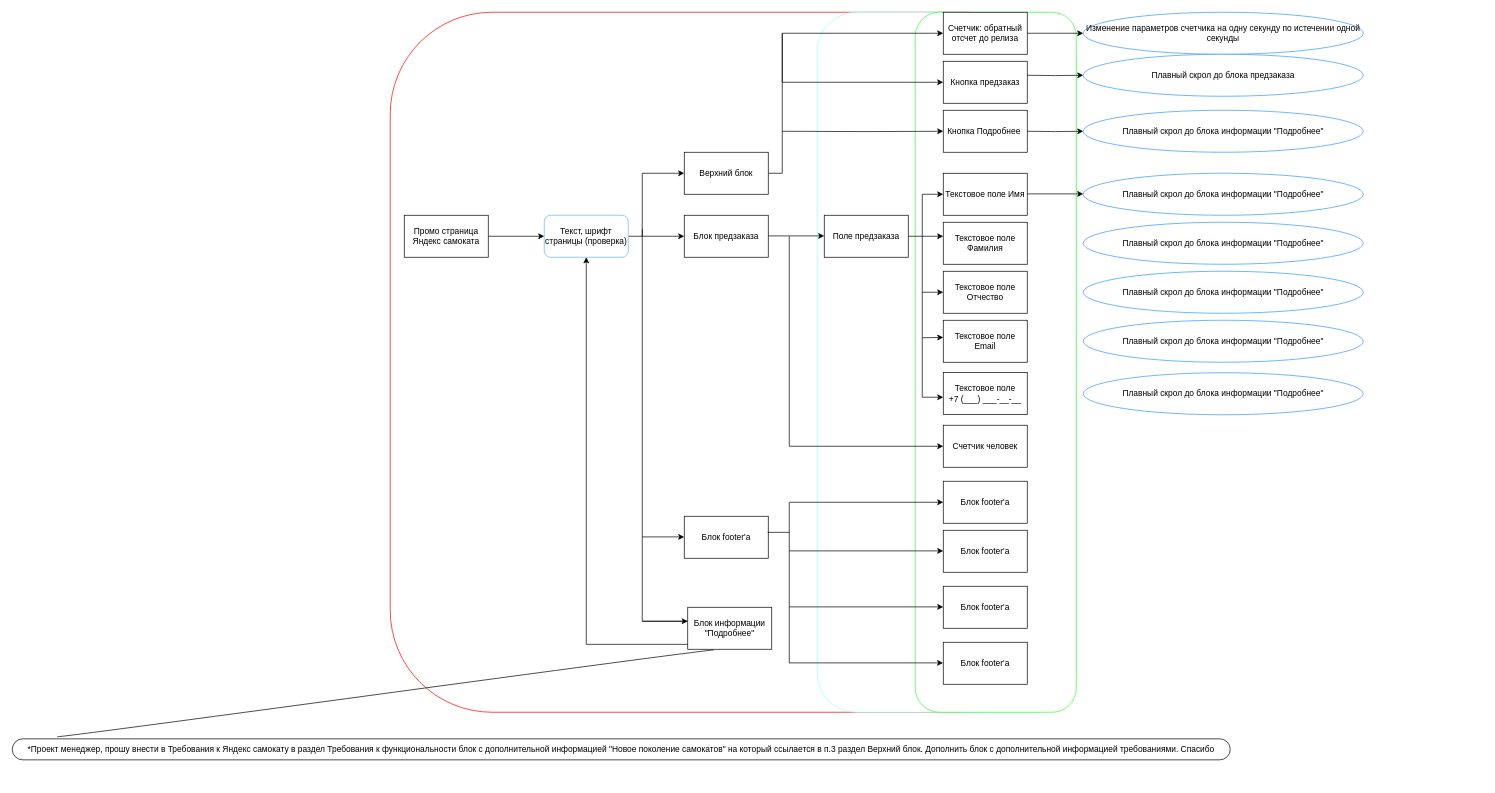
Earlier version of the draw.io diagram Диаграмма без названия.drawio (ru1svasin/ru1svasin). Source tidied: cells renumbered, new cells numbered last; positions are measured from the earlier drawing's top-left corner, leaving out a move shared by most shapes. Both pictures are drawn from the tidied source at 70%, with x=0, y=0 at pixel (12, 12).
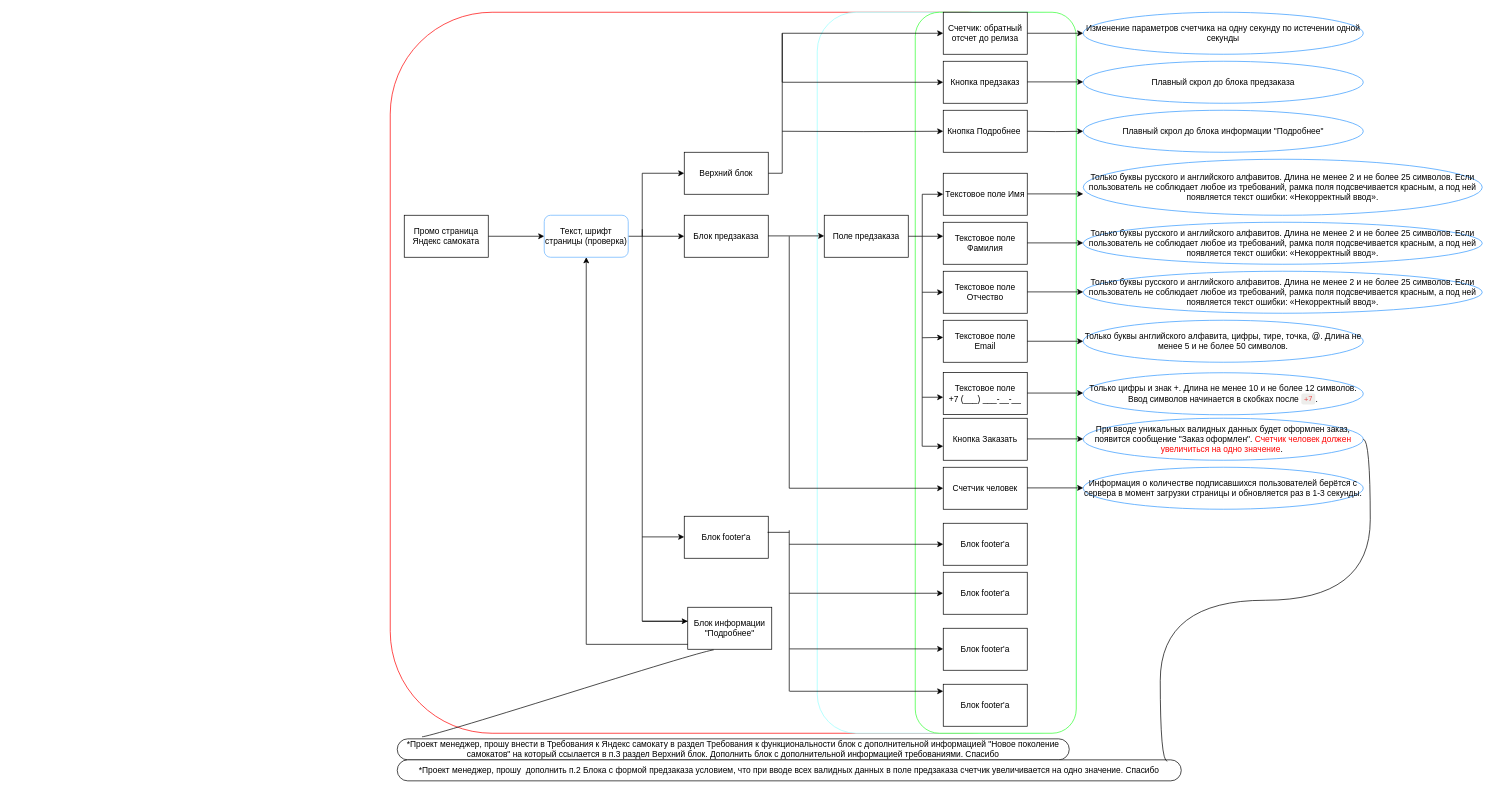
The same diagram, later.

Diff of the diagram source:
```diff
@@
     <mxCell id="2" style="rounded=1;whiteSpace=wrap;html=1;strokeColor=#FF0000;" parent="1" vertex="1">
-      <mxGeometry x="540" width="970" height="1000" as="geometry" />
+      <mxGeometry x="540" width="970" height="1030" as="geometry" />
     </mxCell>
     <mxCell id="3" style="rounded=1;whiteSpace=wrap;html=1;strokeColor=#99FFFF;" parent="1" vertex="1">
-      <mxGeometry x="1150" width="370" height="1000" as="geometry" />
+      <mxGeometry x="1150" width="370" height="1030" as="geometry" />
     </mxCell>
     <mxCell id="4" style="rounded=1;whiteSpace=wrap;html=1;strokeColor=#33FF33;" parent="1" vertex="1">
-      <mxGeometry x="1290" width="230" height="1000" as="geometry" />
+      <mxGeometry x="1290" width="230" height="1030" as="geometry" />
     </mxCell>
@@
     <mxCell id="28" value="Счетчик человек" style="rounded=0;whiteSpace=wrap;html=1;" parent="1" vertex="1">
-      <mxGeometry x="1330" y="590" width="120" height="60" as="geometry" />
+      <mxGeometry x="1330" y="650" width="120" height="60" as="geometry" />
     </mxCell>
@@
-    <mxCell id="37" style="endArrow=none;html=1;rounded=0;" parent="1" edge="1">
+    <mxCell id="37" style="endArrow=none;html=1;rounded=0;exitX=0.043;exitY=0.602;exitDx=0;exitDy=0;exitPerimeter=0;" parent="1" edge="1" source="4">
       <mxGeometry relative="1" as="geometry">
-        <mxPoint x="1300" y="550" as="sourcePoint" />
         <mxPoint x="1300" y="320" as="targetPoint" />
       </mxGeometry>
     </mxCell>
@@
     <mxCell id="42" style="endArrow=classic;html=1;rounded=0;entryX=0;entryY=0.5;entryDx=0;entryDy=0;" parent="1" edge="1" target="28">
       <mxGeometry relative="1" as="geometry">
-        <mxPoint x="1110" y="620" as="sourcePoint" />
+        <mxPoint x="1110" y="680" as="sourcePoint" />
       </mxGeometry>
     </mxCell>
     <mxCell id="43" value="Блок footer'a" style="rounded=0;whiteSpace=wrap;html=1;" parent="1" vertex="1">
-      <mxGeometry x="1330" y="900" width="120" height="60" as="geometry" />
+      <mxGeometry x="1330" y="960" width="120" height="60" as="geometry" />
     </mxCell>
     <mxCell id="44" value="Блок footer'a" style="rounded=0;whiteSpace=wrap;html=1;" parent="1" vertex="1">
-      <mxGeometry x="1330" y="820" width="120" height="60" as="geometry" />
+      <mxGeometry x="1330" y="880" width="120" height="60" as="geometry" />
     </mxCell>
     <mxCell id="45" value="Блок footer'a" style="rounded=0;whiteSpace=wrap;html=1;" parent="1" vertex="1">
-      <mxGeometry x="1330" y="740" width="120" height="60" as="geometry" />
+      <mxGeometry x="1330" y="800" width="120" height="60" as="geometry" />
     </mxCell>
     <mxCell id="46" value="Блок footer'a" style="rounded=0;whiteSpace=wrap;html=1;" parent="1" vertex="1">
-      <mxGeometry x="1330" y="670" width="120" height="60" as="geometry" />
+      <mxGeometry x="1330" y="730" width="120" height="60" as="geometry" />
     </mxCell>
     <mxCell id="47" style="endArrow=none;html=1;rounded=0;" parent="1" edge="1">
       <mxGeometry relative="1" as="geometry">
-        <mxPoint x="1110" y="620" as="sourcePoint" />
+        <mxPoint x="1110" y="680" as="sourcePoint" />
         <mxPoint x="1110" y="320" as="targetPoint" />
       </mxGeometry>
     </mxCell>
-    <mxCell id="48" style="endArrow=classic;html=1;rounded=0;exitX=0.588;exitY=0.7;exitDx=0;exitDy=0;exitPerimeter=0;" parent="1" edge="1" source="2">
-      <mxGeometry relative="1" as="geometry">
-        <mxPoint x="1330" y="700" as="targetPoint" />
-      </mxGeometry>
-    </mxCell>
     <mxCell id="49" style="endArrow=classic;html=1;rounded=0;exitX=0.588;exitY=0.7;exitDx=0;exitDy=0;exitPerimeter=0;" parent="1" edge="1">
       <mxGeometry relative="1" as="geometry">
-        <mxPoint x="1110.4" y="769.5" as="sourcePoint" />
-        <mxPoint x="1330" y="769.5" as="targetPoint" />
+        <mxPoint x="1110.2" y="830" as="sourcePoint" />
+        <mxPoint x="1329.8" y="830" as="targetPoint" />
       </mxGeometry>
     </mxCell>
     <mxCell id="50" style="endArrow=classic;html=1;rounded=0;exitX=0.588;exitY=0.7;exitDx=0;exitDy=0;exitPerimeter=0;" parent="1" edge="1">
       <mxGeometry relative="1" as="geometry">
-        <mxPoint x="1110.4" y="849.5" as="sourcePoint" />
-        <mxPoint x="1330" y="849.5" as="targetPoint" />
+        <mxPoint x="1110.4" y="909.5" as="sourcePoint" />
+        <mxPoint x="1330" y="909.5" as="targetPoint" />
       </mxGeometry>
     </mxCell>
     <mxCell id="51" style="endArrow=classic;html=1;rounded=0;exitX=0.588;exitY=0.7;exitDx=0;exitDy=0;exitPerimeter=0;" parent="1" edge="1">
       <mxGeometry relative="1" as="geometry">
-        <mxPoint x="1110.2" y="929.5" as="sourcePoint" />
-        <mxPoint x="1329.8" y="929.5" as="targetPoint" />
+        <mxPoint x="1110.4" y="970" as="sourcePoint" />
+        <mxPoint x="1330" y="970" as="targetPoint" />
       </mxGeometry>
     </mxCell>
     <mxCell id="52" style="endArrow=none;html=1;rounded=0;" parent="1" edge="1">
       <mxGeometry relative="1" as="geometry">
-        <mxPoint x="1110" y="930" as="sourcePoint" />
-        <mxPoint x="1110" y="700" as="targetPoint" />
+        <mxPoint x="1110" y="970" as="sourcePoint" />
+        <mxPoint x="1110" y="740" as="targetPoint" />
       </mxGeometry>
     </mxCell>
@@
     <mxCell id="54" value="*Проект менеджер, прошу внести в Требования к Яндекс самокату в раздел Требования к функциональности блок с дополнительной информацией &quot;Новое поколение самокатов&quot; на который ссылается в п.3 раздел Верхний блок. Дополнить блок с дополнительной информацией требованиями. Спасибо" style="whiteSpace=wrap;html=1;rounded=1;arcSize=50;align=center;verticalAlign=middle;strokeWidth=1;spacing=4;newEdgeStyle={&quot;edgeStyle&quot;:&quot;entityRelationEdgeStyle&quot;,&quot;startArrow&quot;:&quot;none&quot;,&quot;endArrow&quot;:&quot;none&quot;,&quot;segment&quot;:10,&quot;curved&quot;:1};" parent="1" vertex="1">
-      <mxGeometry y="1038" width="1740" height="30" as="geometry" />
+      <mxGeometry x="550" y="1038" width="960" height="30" as="geometry" />
     </mxCell>
@@
-    <mxCell id="57" style="edgeStyle=orthogonalEdgeStyle;rounded=0;jettySize=auto;html=1;" parent="1" edge="1" target="58">
-      <mxGeometry relative="1" as="geometry">
-        <mxPoint x="1450" y="90" as="sourcePoint" />
-      </mxGeometry>
-    </mxCell>
     <mxCell id="58" value="Плавный скрол до блока предзаказа" style="ellipse;whiteSpace=wrap;html=1;rounded=0;strokeColor=#3399FF;" parent="1" vertex="1">
-      <mxGeometry x="1530" y="60" width="400" height="60" as="geometry" />
+      <mxGeometry x="1530" y="70" width="400" height="60" as="geometry" />
     </mxCell>
@@
-    <mxCell id="61" value="Плавный скрол до блока информации &quot;Подробнее&quot;" style="ellipse;whiteSpace=wrap;html=1;rounded=0;strokeColor=#3399FF;" parent="1" vertex="1">
-      <mxGeometry x="1530" y="230" width="400" height="60" as="geometry" />
+    <mxCell id="61" value="Только буквы русского и английского алфавитов. Длина не менее 2 и не более 25 символов. Если пользователь не соблюдает любое из требований, рамка поля подсвечивается красным, а под ней появляется текст ошибки: «Некорректный ввод»." style="ellipse;whiteSpace=wrap;html=1;rounded=0;strokeColor=#3399FF;" parent="1" vertex="1">
+      <mxGeometry x="1530" y="210" width="570" height="80" as="geometry" />
     </mxCell>
-    <mxCell id="62" value="Плавный скрол до блока информации &quot;Подробнее&quot;" style="ellipse;whiteSpace=wrap;html=1;rounded=0;strokeColor=#3399FF;" parent="1" vertex="1">
-      <mxGeometry x="1530" y="300" width="400" height="60" as="geometry" />
+    <mxCell id="62" value="Только буквы русского и английского алфавитов. Длина не менее 2 и не более 25 символов. Если пользователь не соблюдает любое из требований, рамка поля подсвечивается красным, а под ней появляется текст ошибки: «Некорректный ввод»." style="ellipse;whiteSpace=wrap;html=1;rounded=0;strokeColor=#3399FF;" parent="1" vertex="1">
+      <mxGeometry x="1530" y="300" width="570" height="60" as="geometry" />
     </mxCell>
-    <mxCell id="63" value="Плавный скрол до блока информации &quot;Подробнее&quot;" style="ellipse;whiteSpace=wrap;html=1;rounded=0;strokeColor=#3399FF;" parent="1" vertex="1">
-      <mxGeometry x="1530" y="370" width="400" height="60" as="geometry" />
+    <mxCell id="63" value="Только буквы русского и английского алфавитов. Длина не менее 2 и не более 25 символов. Если пользователь не соблюдает любое из требований, рамка поля подсвечивается красным, а под ней появляется текст ошибки: «Некорректный ввод»." style="ellipse;whiteSpace=wrap;html=1;rounded=0;strokeColor=#3399FF;" parent="1" vertex="1">
+      <mxGeometry x="1530" y="370" width="570" height="60" as="geometry" />
     </mxCell>
-    <mxCell id="64" value="Плавный скрол до блока информации &quot;Подробнее&quot;" style="ellipse;whiteSpace=wrap;html=1;rounded=0;strokeColor=#3399FF;" parent="1" vertex="1">
+    <mxCell id="64" value="Только буквы английского алфавита, цифры, тире, точка, @. Длина не менее 5 и не более 50 символов. " style="ellipse;whiteSpace=wrap;html=1;rounded=0;strokeColor=#3399FF;" parent="1" vertex="1">
       <mxGeometry x="1530" y="440" width="400" height="60" as="geometry" />
     </mxCell>
-    <mxCell id="65" value="Плавный скрол до блока информации &quot;Подробнее&quot;" style="ellipse;whiteSpace=wrap;html=1;rounded=0;strokeColor=#3399FF;" parent="1" vertex="1">
+    <mxCell id="65" value="Только цифры и знак +. Длина не менее 10 и не более 12 символов. Ввод символов начинается в скобках после &lt;span class=&quot;notion-enable-hover&quot; spellcheck=&quot;false&quot; style=&quot;font-family:&amp;quot;SFMono-Regular&amp;quot;, Menlo, Consolas, &amp;quot;PT Mono&amp;quot;, &amp;quot;Liberation Mono&amp;quot;, Courier, monospace;line-height:normal;background:rgba(135,131,120,0.15);color:#EB5757;border-radius:3px;font-size:85%;padding:0.2em 0.4em&quot;&gt;+7&lt;/span&gt;." style="ellipse;whiteSpace=wrap;html=1;rounded=0;strokeColor=#3399FF;" parent="1" vertex="1">
       <mxGeometry x="1530" y="515" width="400" height="60" as="geometry" />
     </mxCell>
@@
+    <mxCell id="67" style="endArrow=classic;html=1;rounded=0;entryX=0;entryY=0.5;entryDx=0;entryDy=0;" parent="1" edge="1" target="46">
+      <mxGeometry relative="1" as="geometry">
+        <mxPoint x="1110" y="760" as="sourcePoint" />
+      </mxGeometry>
+    </mxCell>
+    <mxCell id="68" value="Кнопка Заказать" style="whiteSpace=wrap;html=1;rounded=0;" parent="1" vertex="1">
+      <mxGeometry x="1330" y="580" width="120" height="60" as="geometry" />
+    </mxCell>
+    <mxCell id="69" style="endArrow=classic;html=1;rounded=0;" parent="1" edge="1">
+      <mxGeometry relative="1" as="geometry">
+        <mxPoint x="1300" y="620" as="sourcePoint" />
+        <mxPoint x="1330" y="620" as="targetPoint" />
+      </mxGeometry>
+    </mxCell>
+    <mxCell id="70" style="edgeStyle=orthogonalEdgeStyle;rounded=0;orthogonalLoop=1;jettySize=auto;html=1;" parent="1" edge="1">
+      <mxGeometry relative="1" as="geometry">
+        <mxPoint x="1450" y="329.5" as="sourcePoint" />
+        <mxPoint x="1530" y="329.5" as="targetPoint" />
+      </mxGeometry>
+    </mxCell>
+    <mxCell id="71" style="edgeStyle=orthogonalEdgeStyle;rounded=0;orthogonalLoop=1;jettySize=auto;html=1;" parent="1" edge="1">
+      <mxGeometry relative="1" as="geometry">
+        <mxPoint x="1450" y="399.5" as="sourcePoint" />
+        <mxPoint x="1530" y="399.5" as="targetPoint" />
+      </mxGeometry>
+    </mxCell>
+    <mxCell id="72" style="edgeStyle=orthogonalEdgeStyle;rounded=0;orthogonalLoop=1;jettySize=auto;html=1;" parent="1" edge="1">
+      <mxGeometry relative="1" as="geometry">
+        <mxPoint x="1450" y="470" as="sourcePoint" />
+        <mxPoint x="1530" y="470" as="targetPoint" />
+      </mxGeometry>
+    </mxCell>
+    <mxCell id="73" value="При вводе уникальных валидных данных будет оформлен заказ, появится сообщение &quot;Заказ оформлен&quot;. &lt;font color=&quot;#ff0000&quot;&gt;Счетчик человек должен увеличиться на одно значение&lt;/font&gt;.&amp;nbsp;" style="ellipse;whiteSpace=wrap;html=1;rounded=0;strokeColor=#3399FF;" parent="1" vertex="1">
+      <mxGeometry x="1530" y="580" width="400" height="60" as="geometry" />
+    </mxCell>
+    <mxCell id="74" style="edgeStyle=orthogonalEdgeStyle;rounded=0;orthogonalLoop=1;jettySize=auto;html=1;" parent="1" edge="1">
+      <mxGeometry relative="1" as="geometry">
+        <mxPoint x="1450" y="609.5" as="sourcePoint" />
+        <mxPoint x="1530" y="609.5" as="targetPoint" />
+      </mxGeometry>
+    </mxCell>
+    <mxCell id="75" style="edgeStyle=orthogonalEdgeStyle;rounded=0;orthogonalLoop=1;jettySize=auto;html=1;" parent="1" edge="1">
+      <mxGeometry relative="1" as="geometry">
+        <mxPoint x="1450" y="544" as="sourcePoint" />
+        <mxPoint x="1530" y="544" as="targetPoint" />
+      </mxGeometry>
+    </mxCell>
+    <mxCell id="76" style="edgeStyle=orthogonalEdgeStyle;rounded=0;orthogonalLoop=1;jettySize=auto;html=1;" parent="1" edge="1">
+      <mxGeometry relative="1" as="geometry">
+        <mxPoint x="1450" y="99.5" as="sourcePoint" />
+        <mxPoint x="1530" y="99.5" as="targetPoint" />
+      </mxGeometry>
+    </mxCell>
+    <mxCell id="77" value="Информация о количестве подписавшихся пользователей берётся с сервера в момент загрузки страницы и обновляется раз в 1-3 секунды." style="ellipse;whiteSpace=wrap;html=1;rounded=0;strokeColor=#3399FF;" parent="1" vertex="1">
+      <mxGeometry x="1530" y="650" width="400" height="60" as="geometry" />
+    </mxCell>
+    <mxCell id="78" style="edgeStyle=orthogonalEdgeStyle;rounded=0;orthogonalLoop=1;jettySize=auto;html=1;" parent="1" edge="1">
+      <mxGeometry relative="1" as="geometry">
+        <mxPoint x="1450" y="679.5" as="sourcePoint" />
+        <mxPoint x="1530" y="679.5" as="targetPoint" />
+      </mxGeometry>
+    </mxCell>
+    <mxCell id="79" value="&lt;font color=&quot;#000000&quot;&gt;*Проект менеджер, прошу&amp;nbsp; дополнить п.2 Блока с формой предзаказа условием, что при вводе всех валидных данных в поле предзаказа счетчик увеличивается на одно значение. Спасибо&lt;/font&gt;" style="whiteSpace=wrap;html=1;rounded=1;arcSize=50;align=center;verticalAlign=middle;strokeWidth=1;spacing=4;newEdgeStyle={&quot;edgeStyle&quot;:&quot;entityRelationEdgeStyle&quot;,&quot;startArrow&quot;:&quot;none&quot;,&quot;endArrow&quot;:&quot;none&quot;,&quot;segment&quot;:10,&quot;curved&quot;:1};fontColor=#FF0000;" parent="1" vertex="1">
+      <mxGeometry x="550" y="1068" width="1120" height="30" as="geometry" />
+    </mxCell>
+    <mxCell id="80" style="edgeStyle=entityRelationEdgeStyle;startArrow=none;endArrow=none;segment=10;curved=1;rounded=0;fontColor=#FF0000;" parent="1" edge="1" source="73">
+      <mxGeometry relative="1" as="geometry">
+        <mxPoint x="1650" y="1070" as="targetPoint" />
+      </mxGeometry>
+    </mxCell>
```
